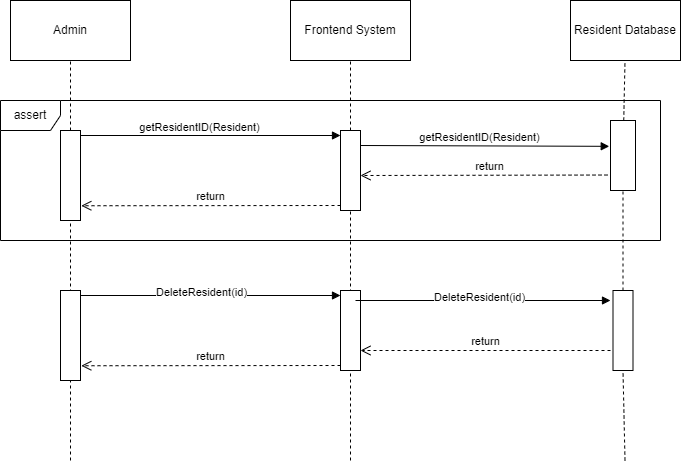
uvic-teach/project-m1-team12 keeps this draw.io diagram as Milestone2/ResidentManagementMicroservice/deleteResidentSequenceDiagram.png. Above is the earlier version. Source tidied: cells renumbered, new cells last; positions are measured from the earlier drawing's top-left corner, leaving out a move shared by most shapes.
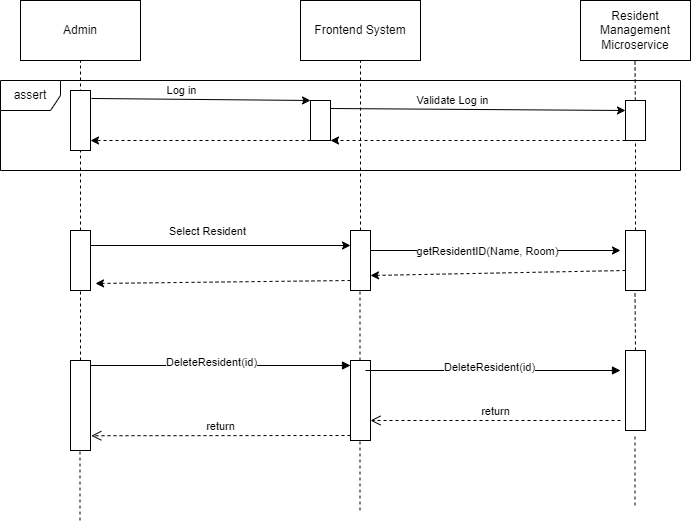
The same diagram one commit later.

The edit, as a diff of the source:
```diff
@@ -8,42 +8,18 @@
     <mxCell id="3" value="Admin" style="rounded=0;whiteSpace=wrap;html=1;" parent="1" vertex="1">
       <mxGeometry x="10" width="120" height="60" as="geometry" />
     </mxCell>
-    <mxCell id="4" style="endArrow=none;dashed=1;html=1;rounded=0;entryX=0.5;entryY=1;entryDx=0;entryDy=0;" parent="1" edge="1" source="11" target="3">
+    <mxCell id="4" style="endArrow=none;dashed=1;html=1;rounded=0;entryX=0.5;entryY=1;entryDx=0;entryDy=0;" parent="1" edge="1" source="41" target="3">
       <mxGeometry relative="1" as="geometry" />
     </mxCell>
-    <mxCell id="5" style="endArrow=none;dashed=1;html=1;rounded=0;entryX=0.5;entryY=1;entryDx=0;entryDy=0;" parent="1" edge="1" target="2">
-      <mxGeometry relative="1" as="geometry">
-        <mxPoint x="350" y="460" as="sourcePoint" />
-      </mxGeometry>
+    <mxCell id="5" style="endArrow=none;dashed=1;html=1;rounded=0;entryX=0.5;entryY=1;entryDx=0;entryDy=0;" parent="1" edge="1" source="42" target="2">
+      <mxGeometry relative="1" as="geometry" />
     </mxCell>
-    <mxCell id="6" style="html=1;points=[[0,0,0,0,5],[0,1,0,0,-5],[1,0,0,0,5],[1,1,0,0,-5]];perimeter=orthogonalPerimeter;outlineConnect=0;targetShapes=umlLifeline;portConstraint=eastwest;newEdgeStyle={&quot;curved&quot;:0,&quot;rounded&quot;:0};" parent="1" vertex="1">
-      <mxGeometry x="340" y="130" width="20" height="80" as="geometry" />
-    </mxCell>
-    <mxCell id="7" style="html=1;verticalAlign=bottom;endArrow=block;curved=0;rounded=0;entryX=0;entryY=0;entryDx=0;entryDy=5;" parent="1" edge="1" target="6">
-      <mxGeometry relative="1" as="geometry">
-        <mxPoint x="70" y="135" as="sourcePoint" />
-      </mxGeometry>
-    </mxCell>
-    <mxCell id="8" value="getResidentID(Resident)" style="edgeLabel;html=1;align=center;verticalAlign=middle;" parent="7" vertex="1">
-      <mxGeometry x="-0.05" y="9" relative="1" as="geometry" />
-    </mxCell>
-    <mxCell id="9" value="return" style="html=1;verticalAlign=bottom;endArrow=open;dashed=1;endSize=8;curved=0;rounded=0;exitX=0;exitY=1;exitDx=0;exitDy=-5;entryX=1.04;entryY=0.836;entryDx=0;entryDy=0;entryPerimeter=0;" parent="1" edge="1" source="6" target="11">
-      <mxGeometry relative="1" as="geometry" />
-    </mxCell>
-    <mxCell id="10" style="endArrow=none;dashed=1;html=1;rounded=0;entryX=0.5;entryY=1;entryDx=0;entryDy=0;" parent="1" edge="1" target="11">
-      <mxGeometry relative="1" as="geometry">
-        <mxPoint x="70" y="460" as="sourcePoint" />
-      </mxGeometry>
-    </mxCell>
-    <mxCell id="11" style="rounded=0;whiteSpace=wrap;html=1;" parent="1" vertex="1">
-      <mxGeometry x="60" y="130" width="20" height="90" as="geometry" />
-    </mxCell>
     <mxCell id="12" style="html=1;points=[[0,0,0,0,5],[0,1,0,0,-5],[1,0,0,0,5],[1,1,0,0,-5]];perimeter=orthogonalPerimeter;outlineConnect=0;targetShapes=umlLifeline;portConstraint=eastwest;newEdgeStyle={&quot;curved&quot;:0,&quot;rounded&quot;:0};" parent="1" vertex="1">
-      <mxGeometry x="340" y="290" width="20" height="80" as="geometry" />
+      <mxGeometry x="340" y="360" width="20" height="80" as="geometry" />
     </mxCell>
     <mxCell id="13" style="html=1;verticalAlign=bottom;endArrow=block;curved=0;rounded=0;entryX=0;entryY=0;entryDx=0;entryDy=5;" parent="1" edge="1" target="12">
       <mxGeometry relative="1" as="geometry">
-        <mxPoint x="70" y="295" as="sourcePoint" />
+        <mxPoint x="70" y="365" as="sourcePoint" />
       </mxGeometry>
     </mxCell>
     <mxCell id="14" value="DeleteResident(id)" style="edgeLabel;html=1;align=center;verticalAlign=middle;" parent="13" vertex="1">
@@ -53,43 +29,20 @@
       <mxGeometry relative="1" as="geometry" />
     </mxCell>
     <mxCell id="16" style="rounded=0;whiteSpace=wrap;html=1;" parent="1" vertex="1">
-      <mxGeometry x="60" y="290" width="20" height="90" as="geometry" />
+      <mxGeometry x="60" y="360" width="20" height="90" as="geometry" />
     </mxCell>
-    <mxCell id="17" value="assert" style="shape=umlFrame;whiteSpace=wrap;html=1;" parent="1" vertex="1">
-      <mxGeometry y="100" width="660" height="140" as="geometry" />
-    </mxCell>
-    <mxCell id="18" value="Resident Database" style="rounded=0;whiteSpace=wrap;html=1;" parent="1" vertex="1">
+    <mxCell id="18" value="Resident Management&lt;br&gt;Microservice" style="rounded=0;whiteSpace=wrap;html=1;" parent="1" vertex="1">
       <mxGeometry x="570" width="110" height="60" as="geometry" />
     </mxCell>
-    <mxCell id="19" style="endArrow=none;dashed=1;html=1;rounded=0;entryX=0.5;entryY=1;entryDx=0;entryDy=0;" parent="1" edge="1" source="24">
+    <mxCell id="19" style="endArrow=none;dashed=1;html=1;rounded=0;entryX=0.5;entryY=1;entryDx=0;entryDy=0;" parent="1" edge="1" source="39">
       <mxGeometry relative="1" as="geometry">
         <mxPoint x="624.5" y="60" as="targetPoint" />
       </mxGeometry>
     </mxCell>
-    <mxCell id="20" style="html=1;verticalAlign=bottom;endArrow=block;curved=0;rounded=0;entryX=-0.05;entryY=0.369;entryDx=0;entryDy=0;entryPerimeter=0;" parent="1" edge="1" target="24">
-      <mxGeometry relative="1" as="geometry">
-        <mxPoint x="360" y="145" as="sourcePoint" />
-      </mxGeometry>
-    </mxCell>
-    <mxCell id="21" value="getResidentID(Resident)" style="edgeLabel;html=1;align=center;verticalAlign=middle;" parent="20" vertex="1">
-      <mxGeometry x="-0.05" y="9" relative="1" as="geometry" />
-    </mxCell>
-    <mxCell id="22" value="return" style="html=1;verticalAlign=bottom;endArrow=open;dashed=1;endSize=8;curved=0;rounded=0;exitX=0;exitY=1;exitDx=0;exitDy=-5;" parent="1" edge="1">
-      <mxGeometry relative="1" as="geometry">
-        <mxPoint x="619" y="174.5" as="sourcePoint" />
-        <mxPoint x="360" y="175" as="targetPoint" />
-      </mxGeometry>
-    </mxCell>
-    <mxCell id="23" style="endArrow=none;dashed=1;html=1;rounded=0;entryX=0.5;entryY=1;entryDx=0;entryDy=0;" parent="1" edge="1" source="29" target="24">
-      <mxGeometry relative="1" as="geometry" />
-    </mxCell>
-    <mxCell id="24" style="rounded=0;whiteSpace=wrap;html=1;" parent="1" vertex="1">
-      <mxGeometry x="610" y="120" width="25" height="70" as="geometry" />
-    </mxCell>
     <mxCell id="25" style="html=1;verticalAlign=bottom;endArrow=block;curved=0;rounded=0;" parent="1" edge="1">
       <mxGeometry relative="1" as="geometry">
-        <mxPoint x="355" y="300" as="sourcePoint" />
-        <mxPoint x="610" y="300" as="targetPoint" />
+        <mxPoint x="355" y="370" as="sourcePoint" />
+        <mxPoint x="610" y="370" as="targetPoint" />
       </mxGeometry>
     </mxCell>
     <mxCell id="26" value="DeleteResident(id)" style="edgeLabel;html=1;align=center;verticalAlign=middle;" parent="25" vertex="1">
@@ -97,16 +50,123 @@
     </mxCell>
     <mxCell id="27" value="return" style="html=1;verticalAlign=bottom;endArrow=open;dashed=1;endSize=8;curved=0;rounded=0;" parent="1" edge="1" target="12">
       <mxGeometry relative="1" as="geometry">
-        <mxPoint x="610" y="350" as="sourcePoint" />
+        <mxPoint x="610" y="420" as="sourcePoint" />
       </mxGeometry>
     </mxCell>
-    <mxCell id="28" style="endArrow=none;dashed=1;html=1;rounded=0;entryX=0.5;entryY=1;entryDx=0;entryDy=0;" parent="1" edge="1" target="29">
-      <mxGeometry relative="1" as="geometry">
-        <mxPoint x="624.5" y="460" as="sourcePoint" />
-      </mxGeometry>
-    </mxCell>
     <mxCell id="29" style="html=1;points=[[0,0,0,0,5],[0,1,0,0,-5],[1,0,0,0,5],[1,1,0,0,-5]];perimeter=orthogonalPerimeter;outlineConnect=0;targetShapes=umlLifeline;portConstraint=eastwest;newEdgeStyle={&quot;curved&quot;:0,&quot;rounded&quot;:0};" parent="1" vertex="1">
-      <mxGeometry x="612.5" y="290" width="20" height="80" as="geometry" />
+      <mxGeometry x="615" y="350" width="20" height="80" as="geometry" />
     </mxCell>
+    <mxCell id="30" style="rounded=0;whiteSpace=wrap;html=1;" parent="1" vertex="1">
+      <mxGeometry x="60" y="90" width="20" height="60" as="geometry" />
+    </mxCell>
+    <mxCell id="31" style="endArrow=classic;html=1;rounded=0;exitX=1.05;exitY=0.133;exitDx=0;exitDy=0;entryX=0;entryY=0;entryDx=0;entryDy=0;exitPerimeter=0;" parent="1" edge="1" source="30" target="33">
+      <mxGeometry relative="1" as="geometry" />
+    </mxCell>
+    <mxCell id="32" value="Log in" style="edgeLabel;html=1;align=center;verticalAlign=middle;" parent="31" vertex="1">
+      <mxGeometry x="-0.17" relative="1" as="geometry">
+        <mxPoint y="-9" as="offset" />
+      </mxGeometry>
+    </mxCell>
+    <mxCell id="33" style="rounded=0;whiteSpace=wrap;html=1;" parent="1" vertex="1">
+      <mxGeometry x="300" y="100" width="20" height="40" as="geometry" />
+    </mxCell>
+    <mxCell id="34" style="endArrow=classic;html=1;rounded=0;exitX=1.05;exitY=0.133;exitDx=0;exitDy=0;exitPerimeter=0;entryX=0;entryY=0.25;entryDx=0;entryDy=0;" parent="1" edge="1" target="39">
+      <mxGeometry relative="1" as="geometry">
+        <mxPoint x="320" y="108" as="sourcePoint" />
+      </mxGeometry>
+    </mxCell>
+    <mxCell id="35" value="Validate Log in" style="edgeLabel;html=1;align=center;verticalAlign=middle;" parent="34" vertex="1">
+      <mxGeometry x="-0.17" relative="1" as="geometry">
+        <mxPoint y="-9" as="offset" />
+      </mxGeometry>
+    </mxCell>
+    <mxCell id="36" style="html=1;labelBackgroundColor=#ffffff;startArrow=none;startFill=0;startSize=6;endArrow=classic;endFill=1;endSize=6;jettySize=auto;strokeWidth=1;dashed=1;fontSize=14;rounded=0;exitX=0;exitY=1;exitDx=0;exitDy=0;" parent="1" edge="1" source="33">
+      <mxGeometry relative="1" as="geometry">
+        <mxPoint x="80" y="140" as="targetPoint" />
+      </mxGeometry>
+    </mxCell>
+    <mxCell id="37" style="html=1;labelBackgroundColor=#ffffff;startArrow=none;startFill=0;startSize=6;endArrow=classic;endFill=1;endSize=6;jettySize=auto;strokeWidth=1;dashed=1;fontSize=14;rounded=0;exitX=0;exitY=1;exitDx=0;exitDy=0;entryX=1;entryY=1;entryDx=0;entryDy=0;" parent="1" edge="1" source="39" target="33">
+      <mxGeometry relative="1" as="geometry" />
+    </mxCell>
+    <mxCell id="17" value="assert" style="shape=umlFrame;whiteSpace=wrap;html=1;" parent="1" vertex="1">
+      <mxGeometry x="-10" y="80" width="680" height="90" as="geometry" />
+    </mxCell>
+    <mxCell id="38" style="endArrow=none;dashed=1;html=1;rounded=0;entryX=0.5;entryY=1;entryDx=0;entryDy=0;" parent="1" edge="1" source="43" target="39">
+      <mxGeometry relative="1" as="geometry" />
+    </mxCell>
+    <mxCell id="39" style="rounded=0;whiteSpace=wrap;html=1;" parent="1" vertex="1">
+      <mxGeometry x="615" y="100" width="20" height="40" as="geometry" />
+    </mxCell>
+    <mxCell id="40" style="endArrow=none;dashed=1;html=1;rounded=0;entryX=0.5;entryY=1;entryDx=0;entryDy=0;" parent="1" edge="1" target="41">
+      <mxGeometry relative="1" as="geometry">
+        <mxPoint x="70" y="360" as="sourcePoint" />
+      </mxGeometry>
+    </mxCell>
+    <mxCell id="41" style="rounded=0;whiteSpace=wrap;html=1;" parent="1" vertex="1">
+      <mxGeometry x="60" y="230" width="20" height="60" as="geometry" />
+    </mxCell>
+    <mxCell id="42" style="rounded=0;whiteSpace=wrap;html=1;" parent="1" vertex="1">
+      <mxGeometry x="340" y="230" width="20" height="60" as="geometry" />
+    </mxCell>
+    <mxCell id="43" style="rounded=0;whiteSpace=wrap;html=1;" parent="1" vertex="1">
+      <mxGeometry x="615" y="230" width="20" height="60" as="geometry" />
+    </mxCell>
+    <mxCell id="44" style="endArrow=classic;html=1;rounded=0;exitX=1;exitY=0.25;exitDx=0;exitDy=0;entryX=0;entryY=0.25;entryDx=0;entryDy=0;" parent="1" edge="1" source="41" target="42">
+      <mxGeometry relative="1" as="geometry" />
+    </mxCell>
+    <mxCell id="45" value="Select Resident&lt;br&gt;" style="edgeLabel;html=1;align=center;verticalAlign=middle;" parent="44" vertex="1">
+      <mxGeometry x="-0.11" y="-1" relative="1" as="geometry">
+        <mxPoint y="-16" as="offset" />
+      </mxGeometry>
+    </mxCell>
+    <mxCell id="46" style="endArrow=classic;html=1;rounded=0;exitX=1;exitY=0.25;exitDx=0;exitDy=0;" parent="1" edge="1">
+      <mxGeometry relative="1" as="geometry">
+        <mxPoint x="360" y="250" as="sourcePoint" />
+        <mxPoint x="610" y="250" as="targetPoint" />
+      </mxGeometry>
+    </mxCell>
+    <mxCell id="47" value="getResidentID(Name, Room)" style="edgeLabel;html=1;align=center;verticalAlign=middle;" parent="46" vertex="1">
+      <mxGeometry x="-0.07" relative="1" as="geometry" />
+    </mxCell>
+    <mxCell id="48" style="html=1;labelBackgroundColor=#ffffff;startArrow=none;startFill=0;startSize=6;endArrow=classic;endFill=1;endSize=6;jettySize=auto;strokeWidth=1;dashed=1;fontSize=14;rounded=0;exitX=0;exitY=1;exitDx=0;exitDy=0;entryX=1.25;entryY=0.883;entryDx=0;entryDy=0;entryPerimeter=0;" parent="1" edge="1" target="41">
+      <mxGeometry relative="1" as="geometry">
+        <mxPoint x="340" y="280" as="sourcePoint" />
+      </mxGeometry>
+    </mxCell>
+    <mxCell id="49" style="html=1;labelBackgroundColor=#ffffff;startArrow=none;startFill=0;startSize=6;endArrow=classic;endFill=1;endSize=6;jettySize=auto;strokeWidth=1;dashed=1;fontSize=14;rounded=0;exitX=0;exitY=1;exitDx=0;exitDy=0;entryX=1;entryY=0.75;entryDx=0;entryDy=0;" parent="1" edge="1" target="42">
+      <mxGeometry relative="1" as="geometry">
+        <mxPoint x="615" y="270" as="sourcePoint" />
+      </mxGeometry>
+    </mxCell>
+    <mxCell id="50" style="endArrow=none;dashed=1;html=1;rounded=0;entryX=0.5;entryY=1;entryDx=0;entryDy=0;" parent="1" edge="1">
+      <mxGeometry relative="1" as="geometry">
+        <mxPoint x="69.5" y="520" as="sourcePoint" />
+        <mxPoint x="69.5" y="450" as="targetPoint" />
+      </mxGeometry>
+    </mxCell>
+    <mxCell id="51" style="endArrow=none;dashed=1;html=1;rounded=0;entryX=0.5;entryY=1;entryDx=0;entryDy=0;" parent="1" edge="1">
+      <mxGeometry relative="1" as="geometry">
+        <mxPoint x="349.5" y="360" as="sourcePoint" />
+        <mxPoint x="349.5" y="290" as="targetPoint" />
+      </mxGeometry>
+    </mxCell>
+    <mxCell id="52" style="endArrow=none;dashed=1;html=1;rounded=0;entryX=0.5;entryY=1;entryDx=0;entryDy=0;" parent="1" edge="1">
+      <mxGeometry relative="1" as="geometry">
+        <mxPoint x="625" y="350" as="sourcePoint" />
+        <mxPoint x="624.5" y="290" as="targetPoint" />
+      </mxGeometry>
+    </mxCell>
+    <mxCell id="53" style="endArrow=none;dashed=1;html=1;rounded=0;entryX=0.5;entryY=1;entryDx=0;entryDy=0;" parent="1" edge="1">
+      <mxGeometry relative="1" as="geometry">
+        <mxPoint x="349.5" y="510" as="sourcePoint" />
+        <mxPoint x="349.5" y="440" as="targetPoint" />
+      </mxGeometry>
+    </mxCell>
+    <mxCell id="54" style="endArrow=none;dashed=1;html=1;rounded=0;entryX=0.5;entryY=1;entryDx=0;entryDy=0;" parent="1" edge="1">
+      <mxGeometry relative="1" as="geometry">
+        <mxPoint x="624.5" y="505" as="sourcePoint" />
+        <mxPoint x="624.5" y="435" as="targetPoint" />
+      </mxGeometry>
+    </mxCell>
   </root>
 </mxGraphModel>
```
